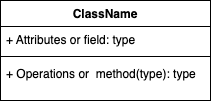
Before: drawio/UML_learning/classDiagram.drawio.png, a diagram exported from draw.io (vishalguptahmh/programmingInterviewQuestions). Source tidied: cells renumbered, new cells last; positions are measured from the earlier drawing's top-left corner, leaving out a move shared by most shapes.
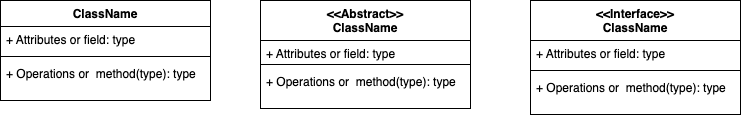
After the commit.

Change to the diagram source:
```diff
@@ -14,5 +14,29 @@
     <mxCell id="5" value="+ Operations or&amp;nbsp; method(type): type" style="text;strokeColor=none;fillColor=none;align=left;verticalAlign=top;spacingLeft=4;spacingRight=4;overflow=hidden;whiteSpace=wrap;html=1;" parent="2" vertex="1">
       <mxGeometry y="60" width="210" height="40" as="geometry" />
     </mxCell>
+    <mxCell id="6" value="&amp;lt;&amp;lt;Abstract&amp;gt;&amp;gt;&lt;br&gt;ClassName" style="swimlane;fontStyle=1;align=center;verticalAlign=top;horizontal=1;startSize=40;whiteSpace=wrap;html=1;" parent="1" vertex="1">
+      <mxGeometry x="260" width="210" height="108" as="geometry" />
+    </mxCell>
+    <mxCell id="7" value="+ Attributes or field: type" style="text;strokeColor=none;fillColor=none;align=left;verticalAlign=top;spacingLeft=4;spacingRight=4;overflow=hidden;whiteSpace=wrap;html=1;" parent="6" vertex="1">
+      <mxGeometry y="40" width="210" height="20" as="geometry" />
+    </mxCell>
+    <mxCell id="8" style="line;strokeWidth=1;fillColor=none;align=left;verticalAlign=middle;spacingTop=-1;spacingLeft=3;spacingRight=3;labelPosition=right;strokeColor=inherit;" parent="6" vertex="1">
+      <mxGeometry y="60" width="210" height="8" as="geometry" />
+    </mxCell>
+    <mxCell id="9" value="+ Operations or&amp;nbsp; method(type): type" style="text;strokeColor=none;fillColor=none;align=left;verticalAlign=top;spacingLeft=4;spacingRight=4;overflow=hidden;whiteSpace=wrap;html=1;" parent="6" vertex="1">
+      <mxGeometry y="68" width="210" height="40" as="geometry" />
+    </mxCell>
+    <mxCell id="10" value="&amp;lt;&amp;lt;Interface&amp;gt;&amp;gt;&lt;br&gt;ClassName" style="swimlane;fontStyle=1;align=center;verticalAlign=top;horizontal=1;startSize=40;whiteSpace=wrap;html=1;" parent="1" vertex="1">
+      <mxGeometry x="530" width="210" height="114" as="geometry" />
+    </mxCell>
+    <mxCell id="11" value="+ Attributes or field: type" style="text;strokeColor=none;fillColor=none;align=left;verticalAlign=top;spacingLeft=4;spacingRight=4;overflow=hidden;whiteSpace=wrap;html=1;" parent="10" vertex="1">
+      <mxGeometry y="40" width="210" height="26" as="geometry" />
+    </mxCell>
+    <mxCell id="12" style="line;strokeWidth=1;fillColor=none;align=left;verticalAlign=middle;spacingTop=-1;spacingLeft=3;spacingRight=3;labelPosition=right;strokeColor=inherit;" parent="10" vertex="1">
+      <mxGeometry y="66" width="210" height="8" as="geometry" />
+    </mxCell>
+    <mxCell id="13" value="+ Operations or&amp;nbsp; method(type): type" style="text;strokeColor=none;fillColor=none;align=left;verticalAlign=top;spacingLeft=4;spacingRight=4;overflow=hidden;whiteSpace=wrap;html=1;" parent="10" vertex="1">
+      <mxGeometry y="74" width="210" height="40" as="geometry" />
+    </mxCell>
   </root>
 </mxGraphModel>
```
